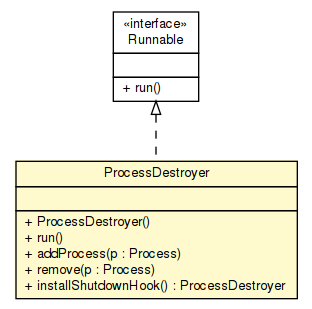
Earlier version of the Graphviz export apidocs/sorcer/launcher/process/ProcessDestroyer.png (sorcersoft/sorcersoft.github.io). Its source is kept beside it as apidocs/sorcer/launcher/process/ProcessDestroyer.dot. The source it was exported from:
```dot

digraph G {
	edge [fontname="Helvetica",fontsize=10,labelfontname="Helvetica",labelfontsize=10];
	node [fontname="Helvetica",fontsize=10,shape=plaintext];
	nodesep=0.25;
	ranksep=0.5;
	c345471 [label=<<table title="sorcer.launcher.process.ProcessDestroyer" border="0" cellborder="1" cellspacing="0" cellpadding="2" port="p" bgcolor="lemonChiffon" href="./ProcessDestroyer.html">
		<tr><td><table border="0" cellspacing="0" cellpadding="1">
<tr><td align="center" balign="center"> ProcessDestroyer </td></tr>
		</table></td></tr>
		<tr><td><table border="0" cellspacing="0" cellpadding="1">
<tr><td align="left" balign="left">  </td></tr>
		</table></td></tr>
		<tr><td><table border="0" cellspacing="0" cellpadding="1">
<tr><td align="left" balign="left"> + ProcessDestroyer() </td></tr>
<tr><td align="left" balign="left"> + run() </td></tr>
<tr><td align="left" balign="left"> + addProcess(p : Process) </td></tr>
<tr><td align="left" balign="left"> + remove(p : Process) </td></tr>
<tr><td align="left" balign="left"> + installShutdownHook() : ProcessDestroyer </td></tr>
		</table></td></tr>
		</table>>, URL="./ProcessDestroyer.html", fontname="Helvetica", fontcolor="black", fontsize=10.0];
	c346080:p -> c345471:p [dir=back,arrowtail=empty,style=dashed];
	c346080 [label=<<table title="java.lang.Runnable" border="0" cellborder="1" cellspacing="0" cellpadding="2" port="p" href="http://docs.oracle.com/javase/7/docs/api/java/lang/Runnable.html">
		<tr><td><table border="0" cellspacing="0" cellpadding="1">
<tr><td align="center" balign="center"> &#171;interface&#187; </td></tr>
<tr><td align="center" balign="center"> Runnable </td></tr>
		</table></td></tr>
		<tr><td><table border="0" cellspacing="0" cellpadding="1">
<tr><td align="left" balign="left">  </td></tr>
		</table></td></tr>
		<tr><td><table border="0" cellspacing="0" cellpadding="1">
<tr><td align="left" balign="left"> + run() </td></tr>
		</table></td></tr>
		</table>>, URL="http://docs.oracle.com/javase/7/docs/api/java/lang/Runnable.html", fontname="Helvetica", fontcolor="black", fontsize=10.0];
}
```
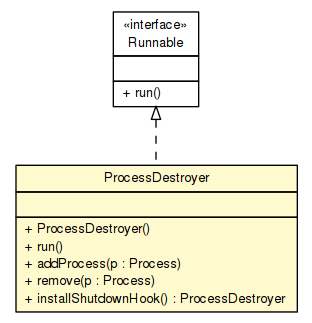
The same file after the commit.

The edit, as a diff of the source:
```diff
@@ -4,7 +4,7 @@
 	node [fontname="Helvetica",fontsize=10,shape=plaintext];
 	nodesep=0.25;
 	ranksep=0.5;
-	c345471 [label=<<table title="sorcer.launcher.process.ProcessDestroyer" border="0" cellborder="1" cellspacing="0" cellpadding="2" port="p" bgcolor="lemonChiffon" href="./ProcessDestroyer.html">
+	c391196 [label=<<table title="sorcer.launcher.process.ProcessDestroyer" border="0" cellborder="1" cellspacing="0" cellpadding="2" port="p" bgcolor="lemonChiffon" href="./ProcessDestroyer.html">
 		<tr><td><table border="0" cellspacing="0" cellpadding="1">
 <tr><td align="center" balign="center"> ProcessDestroyer </td></tr>
 		</table></td></tr>
@@ -19,8 +19,8 @@
 <tr><td align="left" balign="left"> + installShutdownHook() : ProcessDestroyer </td></tr>
 		</table></td></tr>
 		</table>>, URL="./ProcessDestroyer.html", fontname="Helvetica", fontcolor="black", fontsize=10.0];
-	c346080:p -> c345471:p [dir=back,arrowtail=empty,style=dashed];
-	c346080 [label=<<table title="java.lang.Runnable" border="0" cellborder="1" cellspacing="0" cellpadding="2" port="p" href="http://docs.oracle.com/javase/7/docs/api/java/lang/Runnable.html">
+	c391816:p -> c391196:p [dir=back,arrowtail=empty,style=dashed];
+	c391816 [label=<<table title="java.lang.Runnable" border="0" cellborder="1" cellspacing="0" cellpadding="2" port="p" href="http://docs.oracle.com/javase/7/docs/api/java/lang/Runnable.html">
 		<tr><td><table border="0" cellspacing="0" cellpadding="1">
 <tr><td align="center" balign="center"> &#171;interface&#187; </td></tr>
 <tr><td align="center" balign="center"> Runnable </td></tr>
```
